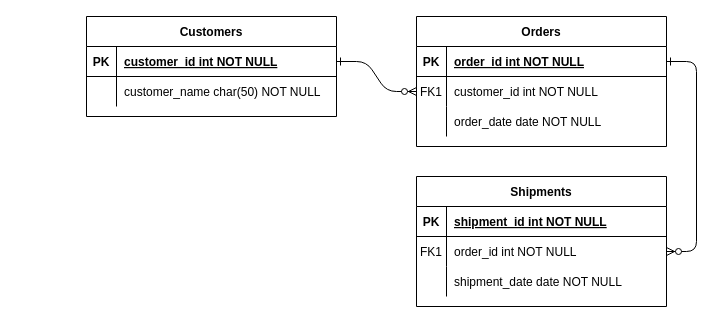
Above: Test.drawio in Jungmin-Seo0527/pyweb2 (draw.io), before the change. Source tidied: cells renumbered, new cells numbered last; positions are measured from the earlier drawing's top-left corner, leaving out a move shared by most shapes. Both pictures are drawn from the tidied source at 100%, with x=0, y=0 at pixel (86, 16).
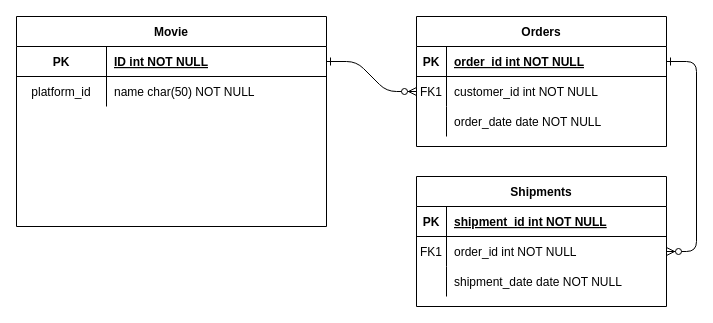
The same diagram, later.

Change to the diagram source:
```diff
@@
-    <mxCell id="24" value="Customers" style="shape=table;startSize=30;childLayout=tableLayout;rowLines=0;fontStyle=1;align=center;" parent="1" vertex="1">
-      <mxGeometry width="250" height="100" as="geometry" />
+    <mxCell id="24" value="Movie" style="shape=table;startSize=30;childLayout=tableLayout;rowLines=0;fontStyle=1;align=center;" parent="1" vertex="1">
+      <mxGeometry x="-70" width="310" height="210" as="geometry" />
     </mxCell>
     <mxCell id="25" style="shape=partialRectangle;fillColor=none;points=[[0,0.5],[1,0.5]];portConstraint=eastwest;top=0;left=0;right=0;bottom=1;" parent="24" vertex="1">
-      <mxGeometry y="30" width="250" height="30" as="geometry" />
+      <mxGeometry y="30" width="310" height="30" as="geometry" />
     </mxCell>
     <mxCell id="26" value="PK" style="shape=partialRectangle;overflow=hidden;fillColor=none;top=0;left=0;bottom=0;right=0;fontStyle=1;" parent="25" vertex="1">
-      <mxGeometry width="30" height="30" as="geometry" />
+      <mxGeometry width="90" height="30" as="geometry" />
     </mxCell>
-    <mxCell id="27" value="customer_id int NOT NULL " style="shape=partialRectangle;overflow=hidden;fillColor=none;top=0;left=0;bottom=0;right=0;align=left;spacingLeft=6;fontStyle=5;" parent="25" vertex="1">
-      <mxGeometry x="30" width="220" height="30" as="geometry" />
+    <mxCell id="27" value="ID int NOT NULL" style="shape=partialRectangle;overflow=hidden;fillColor=none;top=0;left=0;bottom=0;right=0;align=left;spacingLeft=6;fontStyle=5;" parent="25" vertex="1">
+      <mxGeometry x="90" width="220" height="30" as="geometry" />
     </mxCell>
     <mxCell id="28" style="shape=partialRectangle;fillColor=none;top=0;left=0;right=0;bottom=0;" parent="24" vertex="1">
-      <mxGeometry y="60" width="250" height="30" as="geometry" />
+      <mxGeometry y="60" width="310" height="30" as="geometry" />
     </mxCell>
-    <mxCell id="29" style="shape=partialRectangle;overflow=hidden;fillColor=none;top=0;left=0;bottom=0;right=0;" parent="28" vertex="1">
-      <mxGeometry width="30" height="30" as="geometry" />
+    <mxCell id="29" value="platform_id" style="shape=partialRectangle;overflow=hidden;fillColor=none;top=0;left=0;bottom=0;right=0;" parent="28" vertex="1">
+      <mxGeometry width="90" height="30" as="geometry" />
     </mxCell>
-    <mxCell id="30" value="customer_name char(50) NOT NULL" style="shape=partialRectangle;overflow=hidden;fillColor=none;top=0;left=0;bottom=0;right=0;align=left;spacingLeft=6;" parent="28" vertex="1">
-      <mxGeometry x="30" width="220" height="30" as="geometry" />
+    <mxCell id="30" value="name char(50) NOT NULL" style="shape=partialRectangle;overflow=hidden;fillColor=none;top=0;left=0;bottom=0;right=0;align=left;spacingLeft=6;" parent="28" vertex="1">
+      <mxGeometry x="90" width="220" height="30" as="geometry" />
     </mxCell>
```
